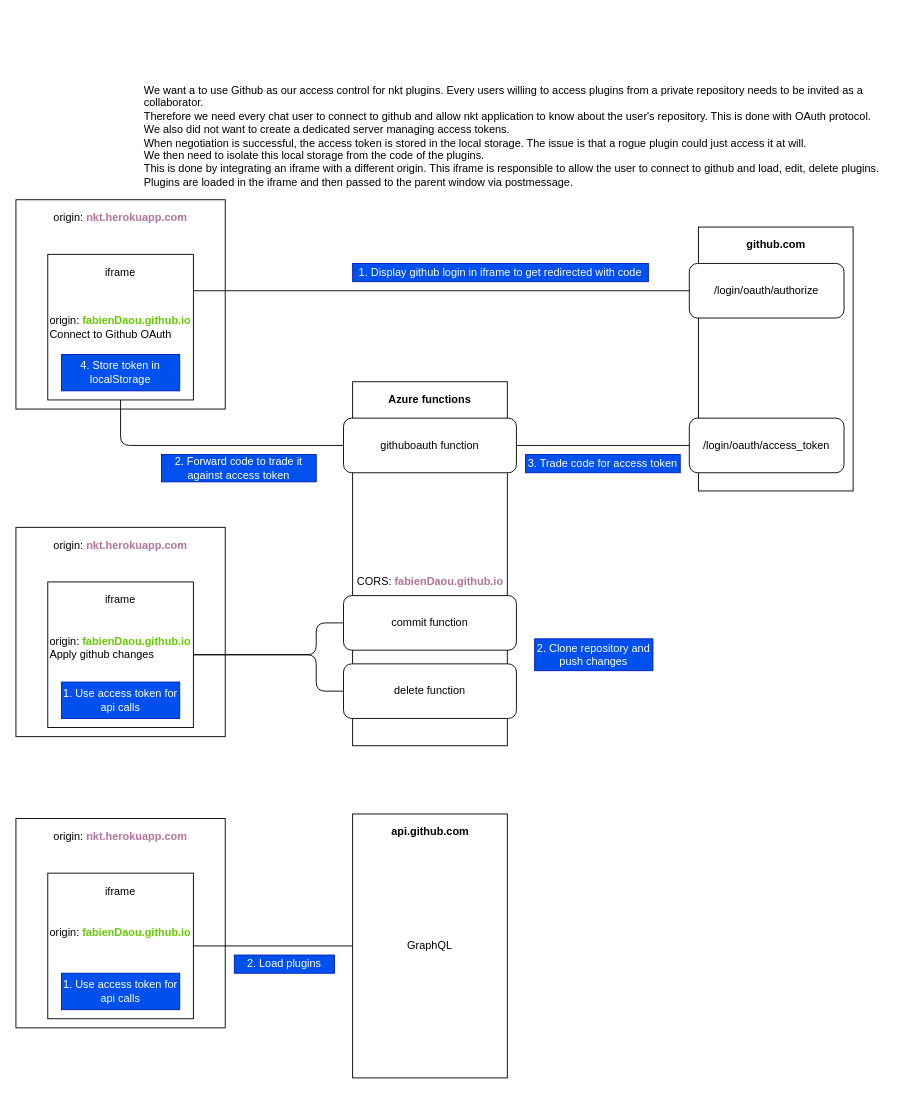
The draw.io diagram oauthFlow.drawio in fabienDaou/fabienDaou.github.io, before the edit. Source tidied: cells renumbered, new cells numbered last; positions are measured from the earlier drawing's top-left corner, leaving out a move shared by most shapes. Both pictures are drawn from the tidied source at 91%, with x=0, y=0 at pixel (15, 72).
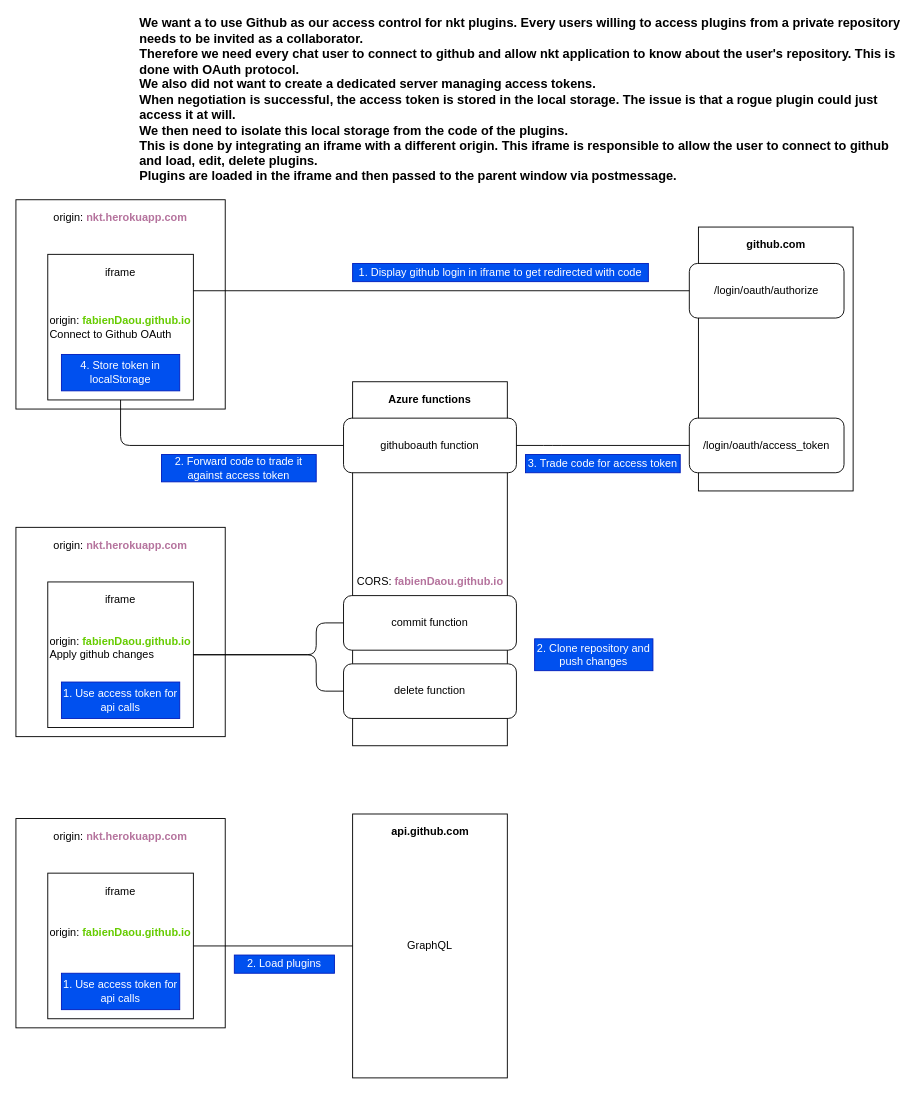
After the change.

The edit, as a diff of the source:
```diff
@@
-    <mxCell id="39" value="&lt;div style=&quot;text-align: left&quot;&gt;&lt;span&gt;We want a to use Github as our access control for nkt plugins. Every users willing to access plugins from a private repository needs to be invited as a collaborator.&lt;/span&gt;&lt;/div&gt;&lt;div style=&quot;text-align: left&quot;&gt;&lt;span&gt;Therefore we need every chat user to connect to github and allow nkt application to know about the user's repository. This is done with OAuth protocol.&lt;/span&gt;&lt;/div&gt;&lt;div style=&quot;text-align: left&quot;&gt;&lt;span&gt;We also did not want to create a dedicated server managing access tokens.&lt;/span&gt;&lt;/div&gt;&lt;div style=&quot;text-align: left&quot;&gt;&lt;span&gt;When negotiation is successful, the access token is stored in the local storage. The issue is that a rogue plugin could just access it at will.&lt;/span&gt;&lt;/div&gt;&lt;div style=&quot;text-align: left&quot;&gt;&lt;span&gt;We then need to isolate this local storage from the code of the plugins.&lt;/span&gt;&lt;/div&gt;&lt;div style=&quot;text-align: left&quot;&gt;This is done by integrating an iframe with a different origin. This iframe is responsible to allow the user to connect to github and load, edit, delete plugins.&lt;/div&gt;&lt;div style=&quot;text-align: left&quot;&gt;Plugins are loaded in the iframe and then passed to the parent window via postmessage.&lt;/div&gt;" style="text;html=1;strokeColor=none;fillColor=none;align=center;verticalAlign=middle;whiteSpace=wrap;rounded=0;" parent="1" vertex="1">
-      <mxGeometry x="140" width="840" height="140" as="geometry" />
+    <mxCell id="39" value="&lt;div style=&quot;text-align: left ; font-size: 14px&quot;&gt;&lt;font style=&quot;font-size: 14px&quot;&gt;&lt;b&gt;We want a to use Github as our access control for nkt plugins. Every users willing to access plugins from a private repository needs to be invited as a collaborator.&lt;/b&gt;&lt;/font&gt;&lt;/div&gt;&lt;div style=&quot;text-align: left ; font-size: 14px&quot;&gt;&lt;span&gt;&lt;font style=&quot;font-size: 14px&quot;&gt;&lt;b&gt;Therefore we need every chat user to connect to github and allow nkt application to know about the user's repository. This is done with OAuth protocol.&lt;/b&gt;&lt;/font&gt;&lt;/span&gt;&lt;/div&gt;&lt;div style=&quot;text-align: left ; font-size: 14px&quot;&gt;&lt;span&gt;&lt;font style=&quot;font-size: 14px&quot;&gt;&lt;b&gt;We also did not want to create a dedicated server managing access tokens.&lt;/b&gt;&lt;/font&gt;&lt;/span&gt;&lt;/div&gt;&lt;div style=&quot;text-align: left ; font-size: 14px&quot;&gt;&lt;span&gt;&lt;font style=&quot;font-size: 14px&quot;&gt;&lt;b&gt;When negotiation is successful, the access token is stored in the local storage. The issue is that a rogue plugin could just access it at will.&lt;/b&gt;&lt;/font&gt;&lt;/span&gt;&lt;/div&gt;&lt;div style=&quot;text-align: left ; font-size: 14px&quot;&gt;&lt;span&gt;&lt;font style=&quot;font-size: 14px&quot;&gt;&lt;b&gt;We then need to isolate this local storage from the code of the plugins.&lt;/b&gt;&lt;/font&gt;&lt;/span&gt;&lt;/div&gt;&lt;div style=&quot;text-align: left ; font-size: 14px&quot;&gt;&lt;font style=&quot;font-size: 14px&quot;&gt;&lt;b&gt;This is done by integrating an iframe with a different origin. This iframe is responsible to allow the user to connect to github and load, edit, delete plugins.&lt;/b&gt;&lt;/font&gt;&lt;/div&gt;&lt;div style=&quot;text-align: left ; font-size: 14px&quot;&gt;&lt;font style=&quot;font-size: 14px&quot;&gt;&lt;b&gt;Plugins are loaded in the iframe and then passed to the parent window via postmessage.&lt;/b&gt;&lt;/font&gt;&lt;/div&gt;" style="text;html=1;strokeColor=none;fillColor=none;align=center;verticalAlign=middle;whiteSpace=wrap;rounded=0;" parent="1" vertex="1">
+      <mxGeometry x="135" y="-40" width="840" height="140" as="geometry" />
     </mxCell>
```
